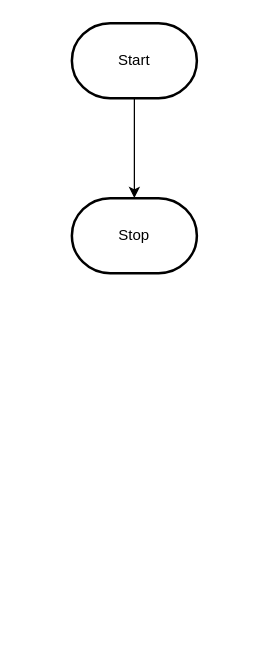
The draw.io diagram design/flowchart.drawio in MTHS-ICS2O-2-2022/ICS2O-Unit-6-04-janet-do, before the edit. Source tidied: cells renumbered, new cells numbered last; positions are measured from the earlier drawing's top-left corner, leaving out a move shared by most shapes. Both pictures are drawn from the tidied source at 125%, with x=0, y=0 at pixel (71, 22).
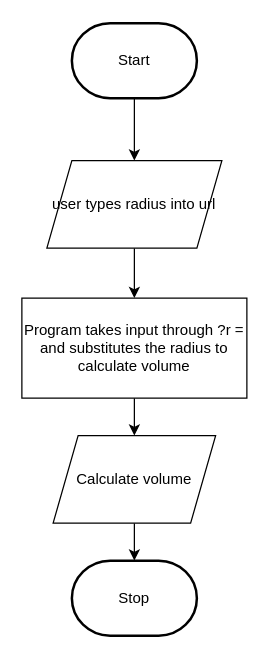
The same page after the edit.

Commit message (it also covers changes not shown here):
did flowchart and storyboard and fixed titles

Change to the diagram source:
```diff
@@
 <mxGraphModel>
   <root>
     <mxCell id="0" />
     <mxCell id="1" parent="0" />
-    <mxCell id="2" style="edgeStyle=orthogonalEdgeStyle;html=1;rounded=0;" parent="1" edge="1" source="3" target="4">
-      <mxGeometry relative="1" as="geometry" />
-    </mxCell>
+    <mxCell id="5" style="edgeStyle=orthogonalEdgeStyle;html=1;rounded=0;" parent="1" edge="1" source="3" target="7">
+      <mxGeometry relative="1" as="geometry" />
+    </mxCell>
     <mxCell id="3" value="Start" style="strokeWidth=2;html=1;shape=mxgraph.flowchart.terminator;whiteSpace=wrap;" parent="1" vertex="1">
       <mxGeometry width="100" height="60" as="geometry" />
     </mxCell>
     <mxCell id="4" value="Stop" style="strokeWidth=2;html=1;shape=mxgraph.flowchart.terminator;whiteSpace=wrap;" parent="1" vertex="1">
-      <mxGeometry y="140" width="100" height="60" as="geometry" />
+      <mxGeometry y="430" width="100" height="60" as="geometry" />
     </mxCell>
+    <mxCell id="6" style="edgeStyle=orthogonalEdgeStyle;rounded=0;html=1;entryX=0.5;entryY=0;entryDx=0;entryDy=0;" parent="1" edge="1" source="7" target="11">
+      <mxGeometry relative="1" as="geometry" />
+    </mxCell>
+    <mxCell id="7" value="user types radius into url" style="shape=parallelogram;perimeter=parallelogramPerimeter;whiteSpace=wrap;html=1;fixedSize=1;" parent="1" vertex="1">
+      <mxGeometry x="-20" y="110" width="140" height="70" as="geometry" />
+    </mxCell>
+    <mxCell id="8" style="edgeStyle=orthogonalEdgeStyle;rounded=0;html=1;" parent="1" edge="1" source="9" target="4">
+      <mxGeometry relative="1" as="geometry" />
+    </mxCell>
+    <mxCell id="9" value="Calculate volume" style="shape=parallelogram;perimeter=parallelogramPerimeter;whiteSpace=wrap;html=1;fixedSize=1;" parent="1" vertex="1">
+      <mxGeometry x="-15" y="330" width="130" height="70" as="geometry" />
+    </mxCell>
+    <mxCell id="10" style="edgeStyle=orthogonalEdgeStyle;rounded=0;html=1;entryX=0.5;entryY=0;entryDx=0;entryDy=0;" parent="1" edge="1" source="11" target="9">
+      <mxGeometry relative="1" as="geometry" />
+    </mxCell>
+    <mxCell id="11" value="Program takes input through ?r = and substitutes the radius to calculate volume" style="rounded=0;whiteSpace=wrap;html=1;" parent="1" vertex="1">
+      <mxGeometry x="-40" y="220" width="180" height="80" as="geometry" />
+    </mxCell>
   </root>
 </mxGraphModel>
```
